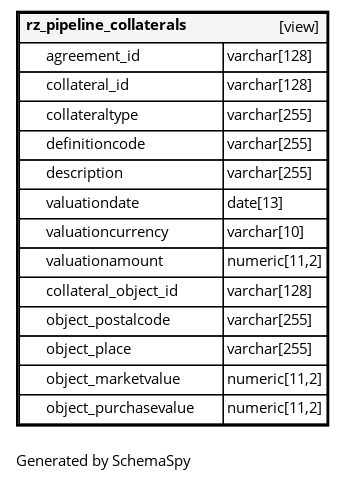
Earlier version of the Graphviz export FDA/v2022.2.x/diagrams/tables/rz_pipeline_collaterals.1degree.png (fyndoo/fyndoo.github.io). Its source is kept beside it as FDA/v2022.2.x/diagrams/tables/rz_pipeline_collaterals.1degree.dot.
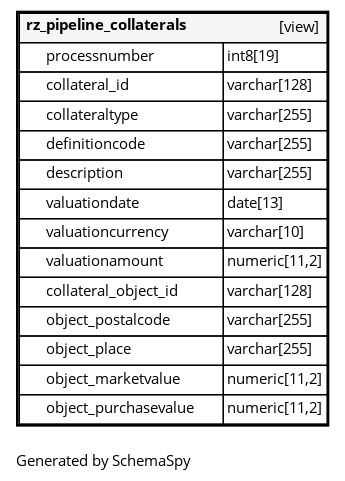
After the commit.

Change to the diagram source:
```diff
@@ -4,7 +4,7 @@
    label=<
     <TABLE BORDER="2" CELLBORDER="1" CELLSPACING="0" BGCOLOR="#ffffff">
       <TR><TD COLSPAN="4"  BGCOLOR="#f5f5f5"><TABLE BORDER="0" CELLSPACING="0"><TR><TD ALIGN="LEFT" FIXEDSIZE="TRUE" WIDTH="132" HEIGHT="16"><B>rz_pipeline_collaterals</B></TD><TD ALIGN="RIGHT">[view]</TD></TR></TABLE></TD></TR>
-      <TR><TD PORT="agreement_id" COLSPAN="2" ALIGN="LEFT"><TABLE BORDER="0" CELLSPACING="0" ALIGN="LEFT"><TR ALIGN="LEFT"><TD ALIGN="LEFT" FIXEDSIZE="TRUE" WIDTH="15" HEIGHT="16"></TD><TD ALIGN="LEFT" FIXEDSIZE="TRUE" WIDTH="132" HEIGHT="16">agreement_id</TD></TR></TABLE></TD><TD PORT="agreement_id.type" ALIGN="LEFT">varchar[128]</TD></TR>
+      <TR><TD PORT="processnumber" COLSPAN="2" ALIGN="LEFT"><TABLE BORDER="0" CELLSPACING="0" ALIGN="LEFT"><TR ALIGN="LEFT"><TD ALIGN="LEFT" FIXEDSIZE="TRUE" WIDTH="15" HEIGHT="16"></TD><TD ALIGN="LEFT" FIXEDSIZE="TRUE" WIDTH="132" HEIGHT="16">processnumber</TD></TR></TABLE></TD><TD PORT="processnumber.type" ALIGN="LEFT">int8[19]</TD></TR>
       <TR><TD PORT="collateral_id" COLSPAN="2" ALIGN="LEFT"><TABLE BORDER="0" CELLSPACING="0" ALIGN="LEFT"><TR ALIGN="LEFT"><TD ALIGN="LEFT" FIXEDSIZE="TRUE" WIDTH="15" HEIGHT="16"></TD><TD ALIGN="LEFT" FIXEDSIZE="TRUE" WIDTH="132" HEIGHT="16">collateral_id</TD></TR></TABLE></TD><TD PORT="collateral_id.type" ALIGN="LEFT">varchar[128]</TD></TR>
       <TR><TD PORT="collateraltype" COLSPAN="2" ALIGN="LEFT"><TABLE BORDER="0" CELLSPACING="0" ALIGN="LEFT"><TR ALIGN="LEFT"><TD ALIGN="LEFT" FIXEDSIZE="TRUE" WIDTH="15" HEIGHT="16"></TD><TD ALIGN="LEFT" FIXEDSIZE="TRUE" WIDTH="132" HEIGHT="16">collateraltype</TD></TR></TABLE></TD><TD PORT="collateraltype.type" ALIGN="LEFT">varchar[255]</TD></TR>
       <TR><TD PORT="definitioncode" COLSPAN="2" ALIGN="LEFT"><TABLE BORDER="0" CELLSPACING="0" ALIGN="LEFT"><TR ALIGN="LEFT"><TD ALIGN="LEFT" FIXEDSIZE="TRUE" WIDTH="15" HEIGHT="16"></TD><TD ALIGN="LEFT" FIXEDSIZE="TRUE" WIDTH="132" HEIGHT="16">definitioncode</TD></TR></TABLE></TD><TD PORT="definitioncode.type" ALIGN="LEFT">varchar[255]</TD></TR>
```
